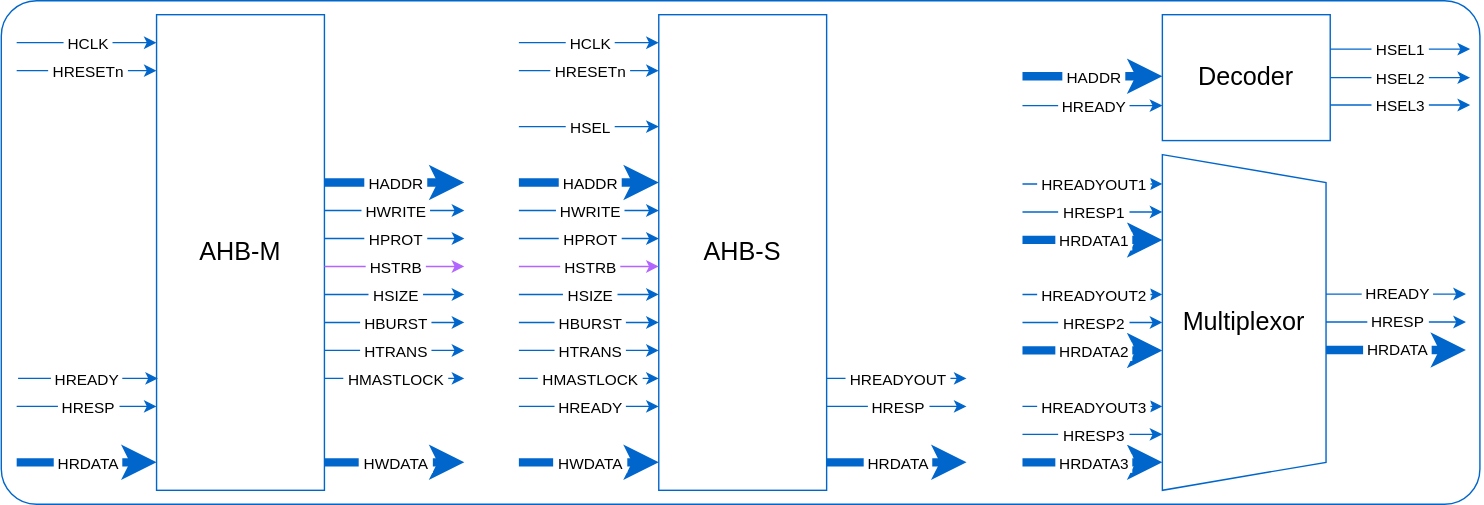
This is images/ahb.svg from rodrigomelo9/amba, a draw.io export, as it was before one commit. Source tidied: cells renumbered, new cells last; positions are measured from the earlier drawing's top-left corner, leaving out a move shared by most shapes.
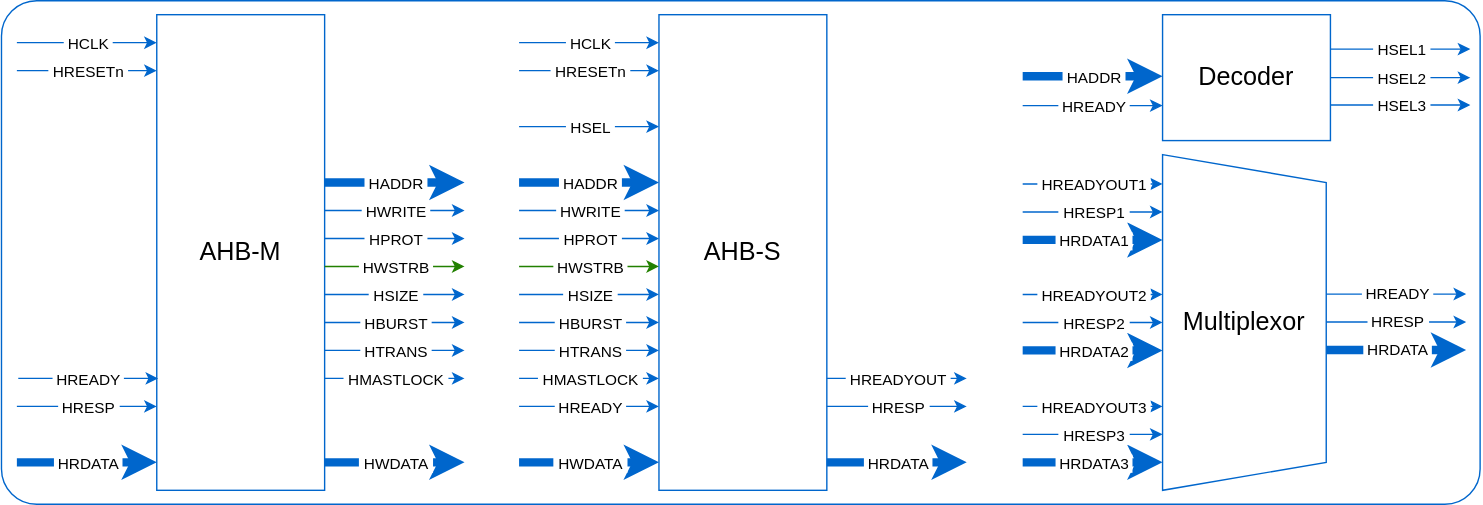
The same diagram one commit later.

Commit message:
Fixed ahb.* (HWSTRB instead of HSTRB)

Closes #8

Diff of the diagram source:
```diff
@@ -44,13 +44,13 @@
     <mxCell id="11" value="&amp;nbsp;HPROT&amp;nbsp;" style="edgeLabel;html=1;align=center;verticalAlign=middle;strokeColor=#0066CC;" parent="10" vertex="1">
       <mxGeometry relative="1" as="geometry" />
     </mxCell>
-    <mxCell id="12" style="endArrow=classic;html=1;rounded=0;strokeColor=#B266FF;" parent="1" edge="1">
+    <mxCell id="12" style="endArrow=classic;html=1;rounded=0;strokeColor=#228000;" parent="1" edge="1">
       <mxGeometry relative="1" as="geometry">
         <mxPoint x="370" y="190" as="sourcePoint" />
         <mxPoint x="470" y="190" as="targetPoint" />
       </mxGeometry>
     </mxCell>
-    <mxCell id="13" value="&amp;nbsp;HSTRB&amp;nbsp;" style="edgeLabel;html=1;align=center;verticalAlign=middle;strokeColor=#0066CC;" parent="12" vertex="1">
+    <mxCell id="13" value="&amp;nbsp;HWSTRB&amp;nbsp;" style="edgeLabel;html=1;align=center;verticalAlign=middle;strokeColor=#0066CC;" parent="12" vertex="1">
       <mxGeometry relative="1" as="geometry" />
     </mxCell>
     <mxCell id="14" style="endArrow=classic;html=1;rounded=0;strokeColor=#0066CC;" parent="1" edge="1">
@@ -182,13 +182,13 @@
     <mxCell id="42" value="&amp;nbsp;HPROT&amp;nbsp;" style="edgeLabel;html=1;align=center;verticalAlign=middle;strokeColor=#0066CC;" parent="41" vertex="1">
       <mxGeometry relative="1" as="geometry" />
     </mxCell>
-    <mxCell id="43" style="endArrow=classic;html=1;rounded=0;strokeColor=#B266FF;" parent="1" edge="1">
+    <mxCell id="43" style="endArrow=classic;html=1;rounded=0;strokeColor=#228000;" parent="1" edge="1">
       <mxGeometry relative="1" as="geometry">
         <mxPoint x="231" y="190" as="sourcePoint" />
         <mxPoint x="331" y="190" as="targetPoint" />
       </mxGeometry>
     </mxCell>
-    <mxCell id="44" value="&amp;nbsp;HSTRB&amp;nbsp;" style="edgeLabel;html=1;align=center;verticalAlign=middle;strokeColor=#0066CC;" parent="43" vertex="1">
+    <mxCell id="44" value="&amp;nbsp;HWSTRB&amp;nbsp;" style="edgeLabel;html=1;align=center;verticalAlign=middle;strokeColor=#0066CC;" parent="43" vertex="1">
       <mxGeometry relative="1" as="geometry" />
     </mxCell>
     <mxCell id="45" style="endArrow=classic;html=1;rounded=0;strokeColor=#0066CC;" parent="1" edge="1">
```
